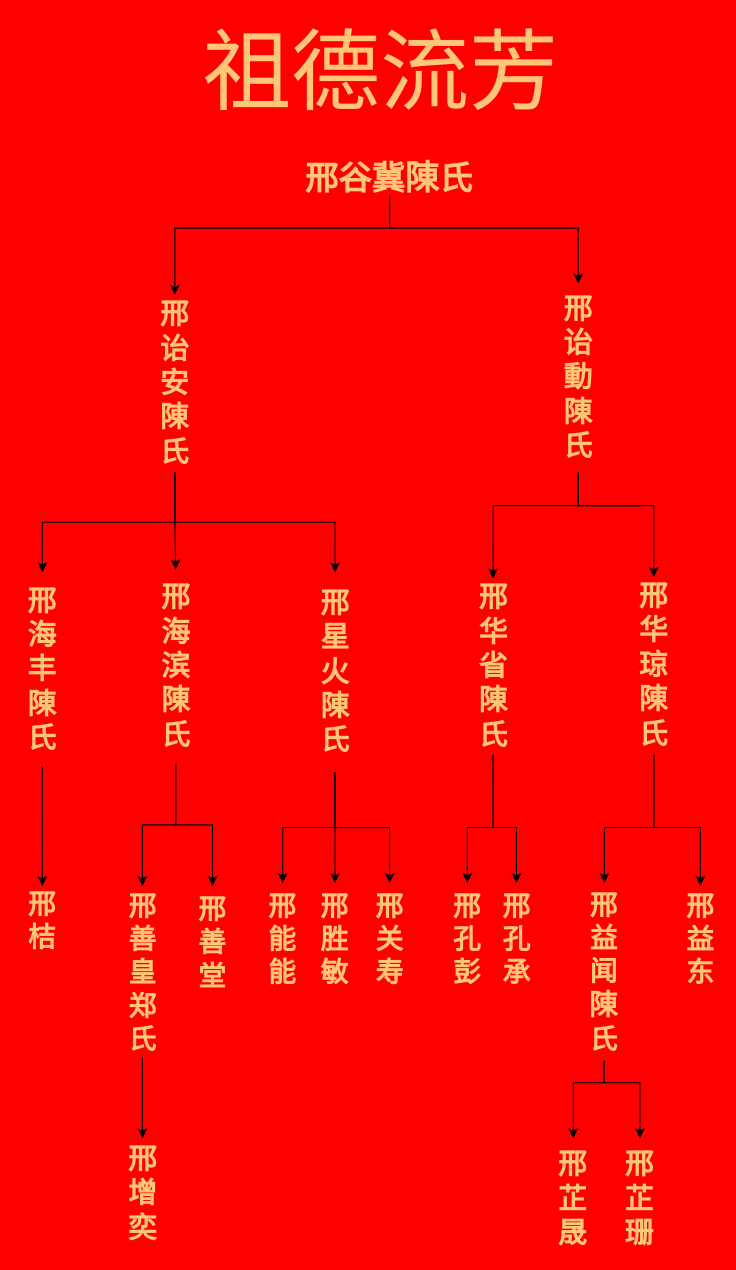
This is Untitled Diagram.drawio from sunplanter/DSA, a draw.io file, before an edit. Source tidied: cells renumbered, new cells numbered last; positions are measured from the earlier drawing's top-left corner, leaving out a move shared by most shapes. Both pictures are drawn from the tidied source at 111%, with x=0, y=0 at pixel (18, 39).
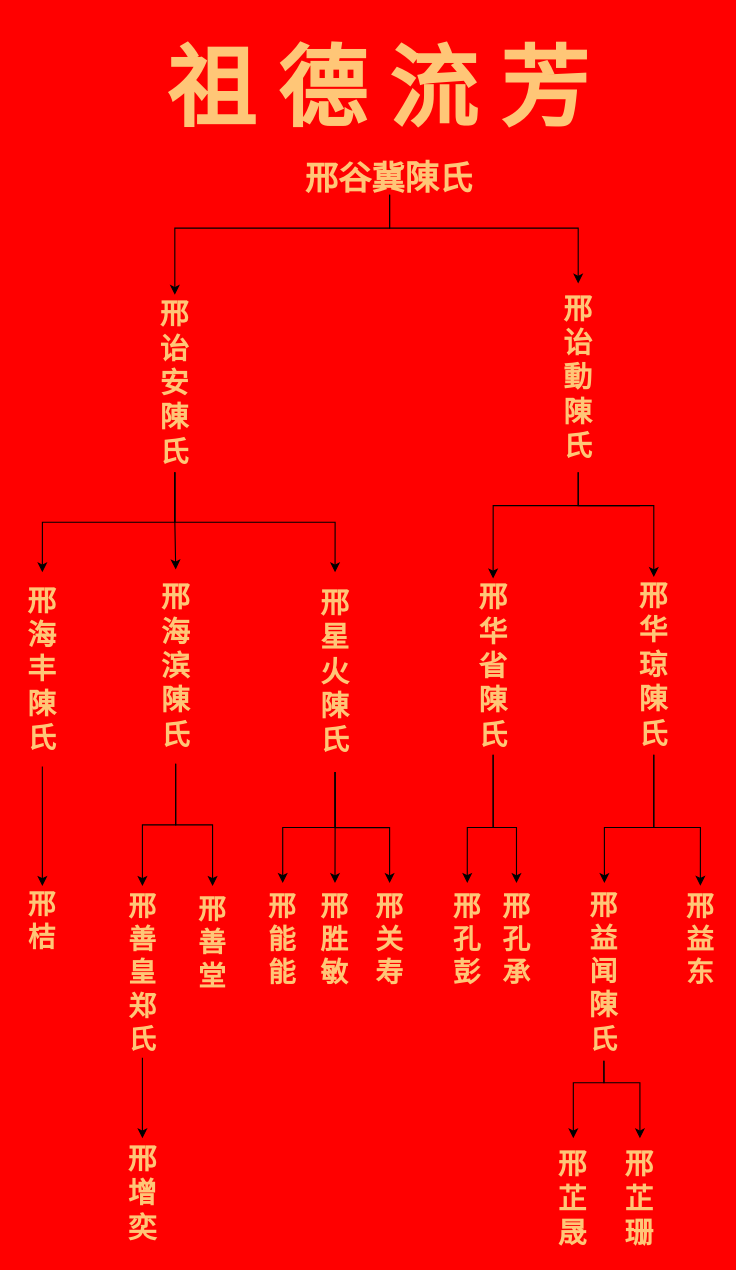
After the change.

Diff of the diagram source:
```diff
@@
-    <mxCell id="2" value="&lt;font face=&quot;Times New Roman&quot; style=&quot;font-size: 80px;&quot;&gt;祖德流芳&lt;/font&gt;" style="text;strokeColor=none;align=center;fillColor=none;html=1;verticalAlign=middle;whiteSpace=wrap;rounded=0;strokeWidth=1;fontColor=light-dark(#ffc677, #a95100);" parent="1" vertex="1">
-      <mxGeometry x="152" width="348.8" height="60" as="geometry" />
+    <mxCell id="2" value="&lt;font style=&quot;font-size: 80px;&quot; face=&quot;Times New Roman&quot;&gt;祖 德 流 芳&lt;/font&gt;" style="text;strokeColor=none;align=center;fillColor=none;html=1;verticalAlign=middle;whiteSpace=wrap;rounded=0;strokeWidth=1;fontColor=light-dark(#ffc677, #a95100);fontStyle=1;" parent="1" vertex="1">
+      <mxGeometry x="95" width="458" height="90" as="geometry" />
     </mxCell>
```
